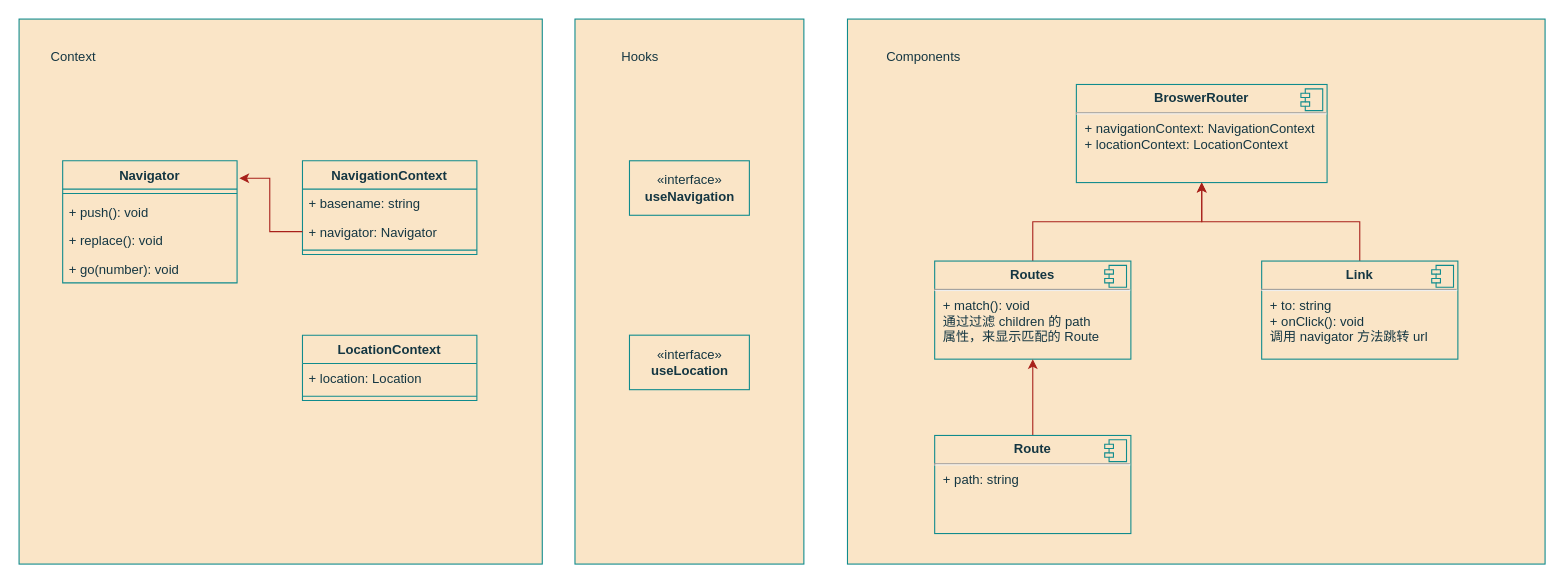
Before: Simple React Router.drawio in SikyChen/diagrams, a draw.io diagram. Source tidied: cells renumbered, new cells numbered last; positions are measured from the earlier drawing's top-left corner, leaving out a move shared by most shapes. Both pictures are drawn from the tidied source at 109%, with x=0, y=0 at pixel (19, 19).
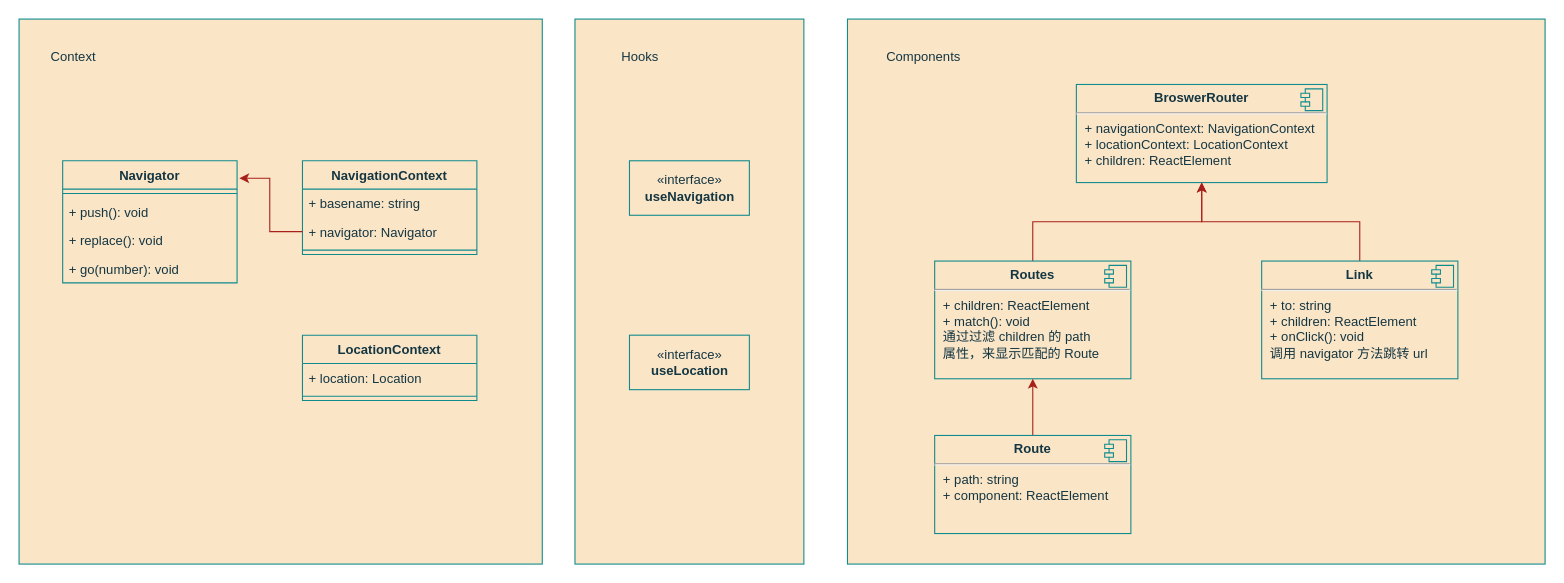
After the change.

Change to the diagram source:
```diff
@@
-    <mxCell id="18" value="&lt;p style=&quot;margin:0px;margin-top:6px;text-align:center;&quot;&gt;&lt;b&gt;BroswerRouter&lt;/b&gt;&lt;/p&gt;&lt;hr&gt;&lt;p style=&quot;margin:0px;margin-left:8px;&quot;&gt;+ navigationContext: NavigationContext&lt;br&gt;+ locationContext: LocationContext&lt;/p&gt;" style="align=left;overflow=fill;html=1;labelBackgroundColor=none;fillColor=#FAE5C7;strokeColor=#0F8B8D;fontColor=#143642;" parent="1" vertex="1">
+    <mxCell id="18" value="&lt;p style=&quot;margin:0px;margin-top:6px;text-align:center;&quot;&gt;&lt;b&gt;BroswerRouter&lt;/b&gt;&lt;/p&gt;&lt;hr&gt;&lt;p style=&quot;margin:0px;margin-left:8px;&quot;&gt;+ navigationContext: NavigationContext&lt;br&gt;+ locationContext: LocationContext&lt;/p&gt;&lt;p style=&quot;margin:0px;margin-left:8px;&quot;&gt;+ children: ReactElement&lt;/p&gt;" style="align=left;overflow=fill;html=1;labelBackgroundColor=none;fillColor=#FAE5C7;strokeColor=#0F8B8D;fontColor=#143642;" parent="1" vertex="1">
       <mxGeometry x="970" y="60" width="230" height="90" as="geometry" />
     </mxCell>
@@
-    <mxCell id="21" value="&lt;p style=&quot;margin:0px;margin-top:6px;text-align:center;&quot;&gt;&lt;b&gt;Routes&lt;/b&gt;&lt;/p&gt;&lt;hr&gt;&lt;p style=&quot;margin:0px;margin-left:8px;&quot;&gt;+ match(): void&lt;/p&gt;&lt;p style=&quot;margin:0px;margin-left:8px;&quot;&gt;通过过滤 children 的 path&amp;nbsp;&lt;br style=&quot;border-color: var(--border-color); padding: 0px; margin: 0px;&quot;&gt;属性，来显示匹配的 Route&lt;br&gt;&lt;/p&gt;" style="align=left;overflow=fill;html=1;labelBackgroundColor=none;fillColor=#FAE5C7;strokeColor=#0F8B8D;fontColor=#143642;" parent="1" vertex="1">
-      <mxGeometry x="840" y="222" width="180" height="90" as="geometry" />
+    <mxCell id="21" value="&lt;p style=&quot;margin:0px;margin-top:6px;text-align:center;&quot;&gt;&lt;b&gt;Routes&lt;/b&gt;&lt;/p&gt;&lt;hr&gt;&lt;p style=&quot;margin:0px;margin-left:8px;&quot;&gt;+ children: ReactElement&lt;/p&gt;&lt;p style=&quot;margin:0px;margin-left:8px;&quot;&gt;+ match(): void&lt;/p&gt;&lt;p style=&quot;margin:0px;margin-left:8px;&quot;&gt;通过过滤 children 的 path&amp;nbsp;&lt;br style=&quot;border-color: var(--border-color); padding: 0px; margin: 0px;&quot;&gt;属性，来显示匹配的 Route&lt;br&gt;&lt;/p&gt;" style="align=left;overflow=fill;html=1;labelBackgroundColor=none;fillColor=#FAE5C7;strokeColor=#0F8B8D;fontColor=#143642;" parent="1" vertex="1">
+      <mxGeometry x="840" y="222" width="180" height="108" as="geometry" />
     </mxCell>
@@
-    <mxCell id="24" value="&lt;p style=&quot;margin:0px;margin-top:6px;text-align:center;&quot;&gt;&lt;b&gt;Link&lt;/b&gt;&lt;/p&gt;&lt;hr&gt;&lt;p style=&quot;margin:0px;margin-left:8px;&quot;&gt;+ to: string&lt;br&gt;+ onClick(): void&lt;/p&gt;&lt;p style=&quot;margin:0px;margin-left:8px;&quot;&gt;调用 navigator 方法跳转 url&lt;/p&gt;" style="align=left;overflow=fill;html=1;labelBackgroundColor=none;fillColor=#FAE5C7;strokeColor=#0F8B8D;fontColor=#143642;" parent="1" vertex="1">
-      <mxGeometry x="1140" y="222" width="180" height="90" as="geometry" />
+    <mxCell id="24" value="&lt;p style=&quot;margin:0px;margin-top:6px;text-align:center;&quot;&gt;&lt;b&gt;Link&lt;/b&gt;&lt;/p&gt;&lt;hr&gt;&lt;p style=&quot;margin:0px;margin-left:8px;&quot;&gt;+ to: string&lt;/p&gt;&lt;p style=&quot;margin:0px;margin-left:8px;&quot;&gt;+ children: ReactElement&lt;br&gt;+ onClick(): void&lt;/p&gt;&lt;p style=&quot;margin:0px;margin-left:8px;&quot;&gt;调用 navigator 方法跳转 url&lt;/p&gt;" style="align=left;overflow=fill;html=1;labelBackgroundColor=none;fillColor=#FAE5C7;strokeColor=#0F8B8D;fontColor=#143642;" parent="1" vertex="1">
+      <mxGeometry x="1140" y="222" width="180" height="108" as="geometry" />
     </mxCell>
@@
-    <mxCell id="27" value="&lt;p style=&quot;margin:0px;margin-top:6px;text-align:center;&quot;&gt;&lt;b&gt;Route&lt;/b&gt;&lt;/p&gt;&lt;hr&gt;&lt;p style=&quot;margin:0px;margin-left:8px;&quot;&gt;+ path: string&lt;/p&gt;" style="align=left;overflow=fill;html=1;labelBackgroundColor=none;fillColor=#FAE5C7;strokeColor=#0F8B8D;fontColor=#143642;" parent="1" vertex="1">
+    <mxCell id="27" value="&lt;p style=&quot;margin:0px;margin-top:6px;text-align:center;&quot;&gt;&lt;b&gt;Route&lt;/b&gt;&lt;/p&gt;&lt;hr&gt;&lt;p style=&quot;margin:0px;margin-left:8px;&quot;&gt;+ path: string&lt;/p&gt;&lt;p style=&quot;margin:0px;margin-left:8px;&quot;&gt;+ component: ReactElement&lt;/p&gt;" style="align=left;overflow=fill;html=1;labelBackgroundColor=none;fillColor=#FAE5C7;strokeColor=#0F8B8D;fontColor=#143642;" parent="1" vertex="1">
       <mxGeometry x="840" y="382" width="180" height="90" as="geometry" />
     </mxCell>
```
